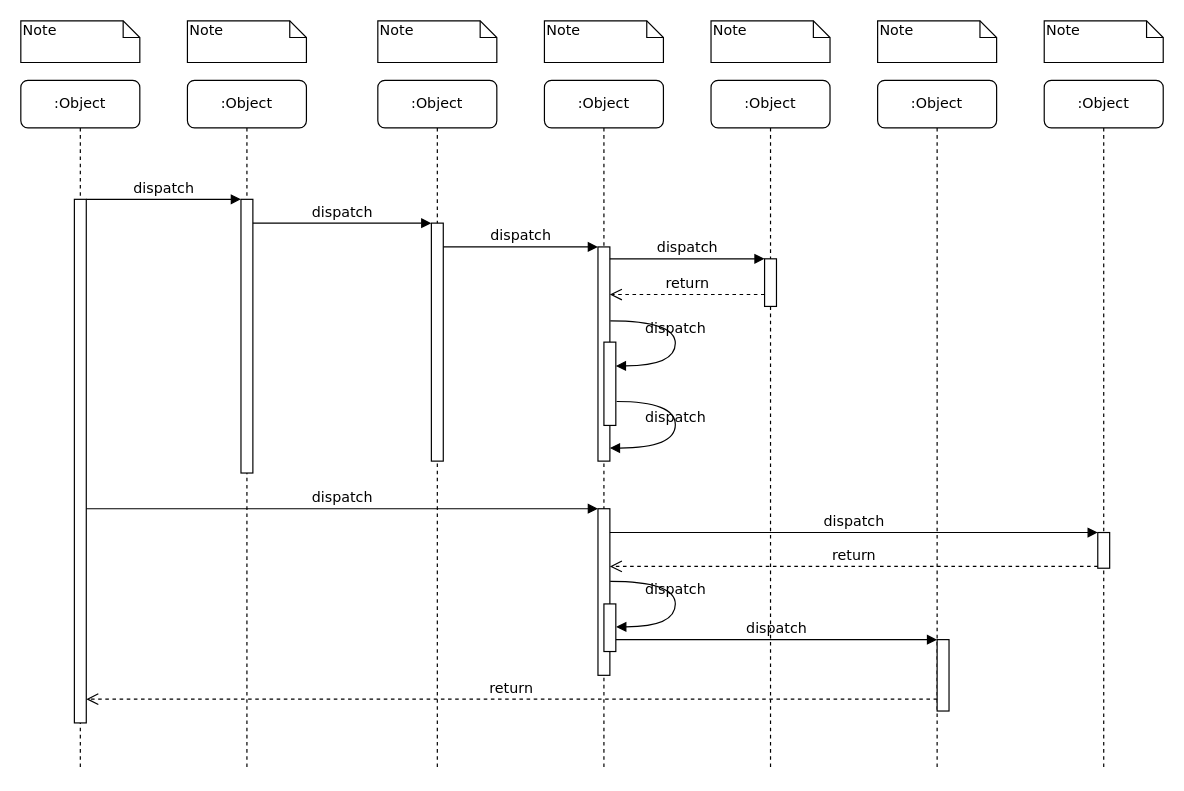
Before: Untitled Diagram.drawio in zsj20092033/thinkinjava, a draw.io diagram. Source tidied: cells renumbered, new cells numbered last; positions are measured from the earlier drawing's top-left corner, leaving out a move shared by most shapes. Both pictures are drawn from the tidied source at 119%, with x=0, y=0 at pixel (20, 20).
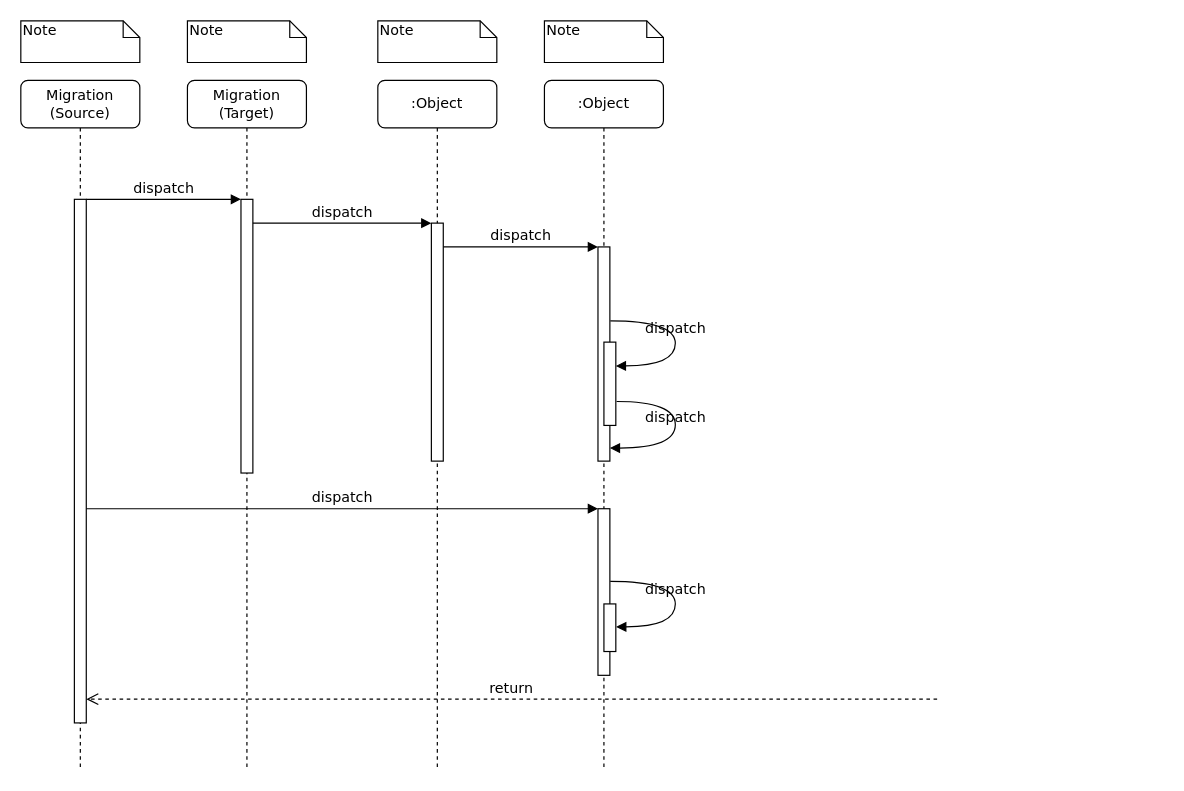
After the change.

Unchanged cells that the change refers to:
```xml
<mxCell id="11" style="html=1;points=[];perimeter=orthogonalPerimeter;rounded=0;shadow=0;comic=0;labelBackgroundColor=none;strokeWidth=1;fontFamily=Verdana;fontSize=12;align=center;" parent="10" vertex="1">
  <mxGeometry x="45" y="100" width="10" height="440" as="geometry" />
</mxCell>
<mxCell id="12" style="html=1;points=[];perimeter=orthogonalPerimeter;rounded=0;shadow=0;comic=0;labelBackgroundColor=none;strokeWidth=1;fontFamily=Verdana;fontSize=12;align=center;" parent="1" vertex="1">
  <mxGeometry x="485" y="190" width="10" height="180" as="geometry" />
</mxCell>
<mxCell id="17" style="html=1;points=[];perimeter=orthogonalPerimeter;rounded=0;shadow=0;comic=0;labelBackgroundColor=none;strokeWidth=1;fontFamily=Verdana;fontSize=12;align=center;" parent="1" vertex="1">
  <mxGeometry x="485" y="410" width="10" height="140" as="geometry" />
</mxCell>
<mxCell id="30" style="html=1;points=[];perimeter=orthogonalPerimeter;rounded=0;shadow=0;comic=0;labelBackgroundColor=none;strokeWidth=1;fontFamily=Verdana;fontSize=12;align=center;" parent="1" vertex="1">
  <mxGeometry x="490" y="490" width="10" height="40" as="geometry" />
</mxCell>
```

What changed in the source:
```diff
@@
-    <mxCell id="2" value=":Object" style="shape=umlLifeline;perimeter=lifelinePerimeter;whiteSpace=wrap;html=1;rounded=1;shadow=0;comic=0;labelBackgroundColor=none;strokeWidth=1;fontFamily=Verdana;fontSize=12;align=center;" parent="1" vertex="1">
+    <mxCell id="2" value="Migration&lt;br&gt;(Target)" style="shape=umlLifeline;perimeter=lifelinePerimeter;whiteSpace=wrap;html=1;rounded=1;shadow=0;comic=0;labelBackgroundColor=none;strokeWidth=1;fontFamily=Verdana;fontSize=12;align=center;" parent="1" vertex="1">
       <mxGeometry x="140" y="50" width="100" height="580" as="geometry" />
     </mxCell>
@@
-    <mxCell id="7" value=":Object" style="shape=umlLifeline;perimeter=lifelinePerimeter;whiteSpace=wrap;html=1;rounded=1;shadow=0;comic=0;labelBackgroundColor=none;strokeWidth=1;fontFamily=Verdana;fontSize=12;align=center;" parent="1" vertex="1">
-      <mxGeometry x="580" y="50" width="100" height="580" as="geometry" />
-    </mxCell>
-    <mxCell id="8" value=":Object" style="shape=umlLifeline;perimeter=lifelinePerimeter;whiteSpace=wrap;html=1;rounded=1;shadow=0;comic=0;labelBackgroundColor=none;strokeWidth=1;fontFamily=Verdana;fontSize=12;align=center;" parent="1" vertex="1">
-      <mxGeometry x="720" y="50" width="100" height="580" as="geometry" />
-    </mxCell>
-    <mxCell id="9" value=":Object" style="shape=umlLifeline;perimeter=lifelinePerimeter;whiteSpace=wrap;html=1;rounded=1;shadow=0;comic=0;labelBackgroundColor=none;strokeWidth=1;fontFamily=Verdana;fontSize=12;align=center;" parent="1" vertex="1">
-      <mxGeometry x="860" y="50" width="100" height="580" as="geometry" />
-    </mxCell>
-    <mxCell id="10" value=":Object" style="shape=umlLifeline;perimeter=lifelinePerimeter;whiteSpace=wrap;html=1;rounded=1;shadow=0;comic=0;labelBackgroundColor=none;strokeWidth=1;fontFamily=Verdana;fontSize=12;align=center;" parent="1" vertex="1">
+    <mxCell id="10" value="Migration&lt;br&gt;(Source)" style="shape=umlLifeline;perimeter=lifelinePerimeter;whiteSpace=wrap;html=1;rounded=1;shadow=0;comic=0;labelBackgroundColor=none;strokeWidth=1;fontFamily=Verdana;fontSize=12;align=center;" parent="1" vertex="1">
       <mxGeometry y="50" width="100" height="580" as="geometry" />
     </mxCell>
@@
-    <mxCell id="14" style="html=1;points=[];perimeter=orthogonalPerimeter;rounded=0;shadow=0;comic=0;labelBackgroundColor=none;strokeWidth=1;fontFamily=Verdana;fontSize=12;align=center;" parent="1" vertex="1">
-      <mxGeometry x="625" y="200" width="10" height="40" as="geometry" />
-    </mxCell>
-    <mxCell id="15" value="dispatch" style="html=1;verticalAlign=bottom;endArrow=block;entryX=0;entryY=0;labelBackgroundColor=none;fontFamily=Verdana;fontSize=12;edgeStyle=elbowEdgeStyle;elbow=vertical;" parent="1" edge="1" source="12" target="14">
-      <mxGeometry relative="1" as="geometry" />
-    </mxCell>
-    <mxCell id="16" value="return" style="html=1;verticalAlign=bottom;endArrow=open;dashed=1;endSize=8;labelBackgroundColor=none;fontFamily=Verdana;fontSize=12;edgeStyle=elbowEdgeStyle;elbow=vertical;" parent="1" edge="1" source="14" target="12">
-      <mxGeometry relative="1" as="geometry">
-        <Array as="points">
-          <mxPoint x="570" y="230" />
-          <mxPoint x="600" y="230" />
-        </Array>
-      </mxGeometry>
-    </mxCell>
@@
-    <mxCell id="19" style="html=1;points=[];perimeter=orthogonalPerimeter;rounded=0;shadow=0;comic=0;labelBackgroundColor=none;strokeColor=#000000;strokeWidth=1;fillColor=#FFFFFF;fontFamily=Verdana;fontSize=12;fontColor=#000000;align=center;" parent="1" vertex="1">
-      <mxGeometry x="905" y="430" width="10" height="30" as="geometry" />
-    </mxCell>
-    <mxCell id="20" value="dispatch" style="html=1;verticalAlign=bottom;endArrow=block;entryX=0;entryY=0;labelBackgroundColor=none;fontFamily=Verdana;fontSize=12;" parent="1" edge="1" source="17" target="19">
-      <mxGeometry relative="1" as="geometry" />
-    </mxCell>
-    <mxCell id="21" value="return" style="html=1;verticalAlign=bottom;endArrow=open;dashed=1;endSize=8;exitX=0;exitY=0.95;labelBackgroundColor=none;fontFamily=Verdana;fontSize=12;" parent="1" edge="1" source="19" target="17">
-      <mxGeometry relative="1" as="geometry" />
-    </mxCell>
-    <mxCell id="22" style="html=1;points=[];perimeter=orthogonalPerimeter;rounded=0;shadow=0;comic=0;labelBackgroundColor=none;strokeWidth=1;fontFamily=Verdana;fontSize=12;align=center;" parent="1" vertex="1">
-      <mxGeometry x="770" y="520" width="10" height="60" as="geometry" />
-    </mxCell>
-    <mxCell id="23" value="dispatch" style="html=1;verticalAlign=bottom;endArrow=block;entryX=0;entryY=0;labelBackgroundColor=none;fontFamily=Verdana;fontSize=12;edgeStyle=elbowEdgeStyle;elbow=vertical;" parent="1" edge="1" source="30" target="22">
-      <mxGeometry relative="1" as="geometry" />
-    </mxCell>
-    <mxCell id="24" value="return" style="html=1;verticalAlign=bottom;endArrow=open;dashed=1;endSize=8;labelBackgroundColor=none;fontFamily=Verdana;fontSize=12;edgeStyle=elbowEdgeStyle;elbow=vertical;" parent="1" edge="1" source="22" target="11">
+    <mxCell id="24" value="return" style="html=1;verticalAlign=bottom;endArrow=open;dashed=1;endSize=8;labelBackgroundColor=none;fontFamily=Verdana;fontSize=12;edgeStyle=elbowEdgeStyle;elbow=vertical;" parent="1" edge="1" target="11">
       <mxGeometry relative="1" as="geometry">
+        <mxPoint x="770" y="570" as="sourcePoint" />
         <Array as="points">
           <mxPoint x="470" y="570" />
         </Array>
       </mxGeometry>
     </mxCell>
@@
-    <mxCell id="36" value="Note" style="shape=note;whiteSpace=wrap;html=1;size=14;verticalAlign=top;align=left;spacingTop=-6;rounded=0;shadow=0;comic=0;labelBackgroundColor=none;strokeWidth=1;fontFamily=Verdana;fontSize=12;" parent="1" vertex="1">
-      <mxGeometry x="580" width="100" height="35" as="geometry" />
-    </mxCell>
-    <mxCell id="37" value="Note" style="shape=note;whiteSpace=wrap;html=1;size=14;verticalAlign=top;align=left;spacingTop=-6;rounded=0;shadow=0;comic=0;labelBackgroundColor=none;strokeWidth=1;fontFamily=Verdana;fontSize=12;" parent="1" vertex="1">
-      <mxGeometry x="720" width="100" height="35" as="geometry" />
-    </mxCell>
-    <mxCell id="38" value="Note" style="shape=note;whiteSpace=wrap;html=1;size=14;verticalAlign=top;align=left;spacingTop=-6;rounded=0;shadow=0;comic=0;labelBackgroundColor=none;strokeWidth=1;fontFamily=Verdana;fontSize=12;" parent="1" vertex="1">
-      <mxGeometry x="860" width="100" height="35" as="geometry" />
-    </mxCell>
```
